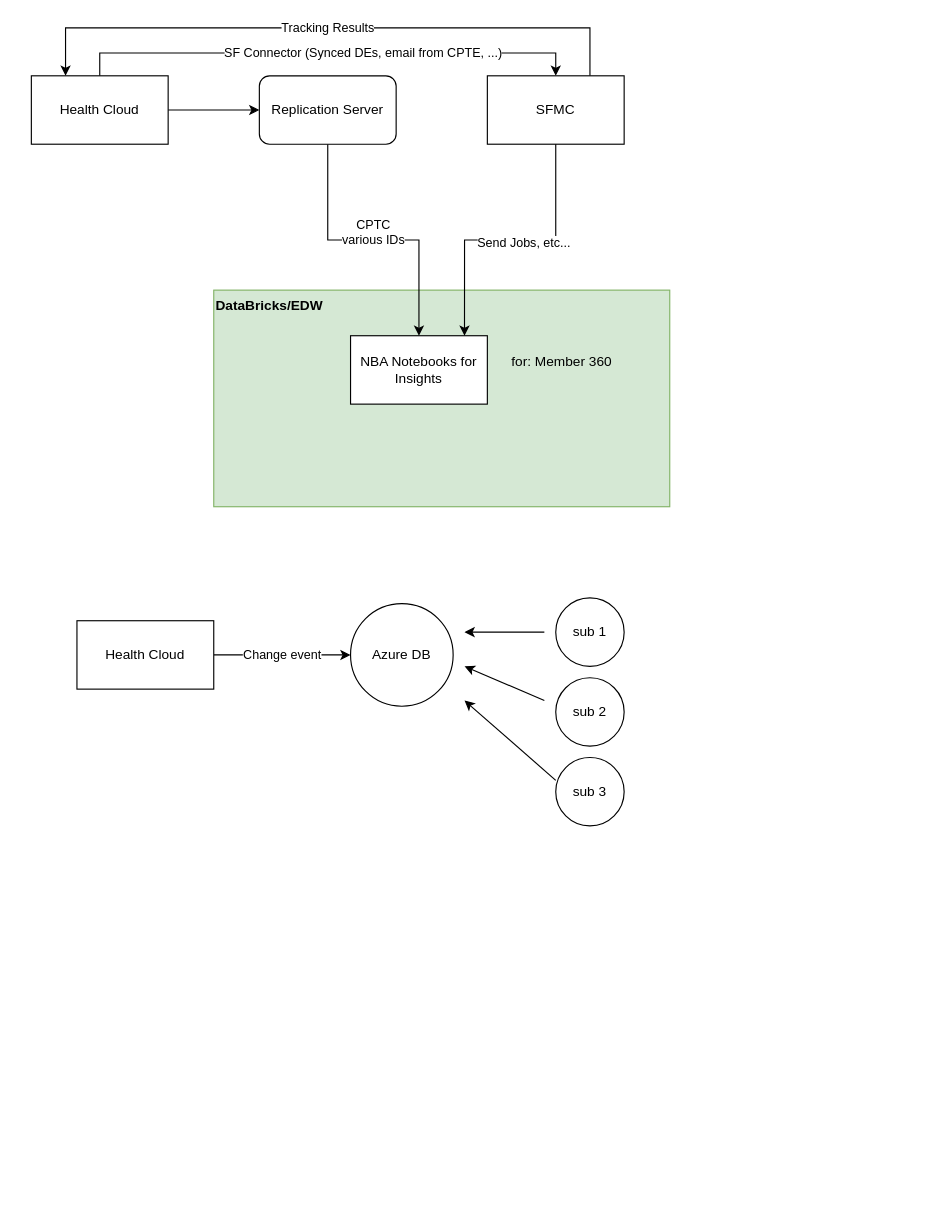
Above: ReplicationIssues.drawio in payam-e/diagrams (draw.io), before the change. Source tidied: cells renumbered, new cells numbered last; positions are measured from the earlier drawing's top-left corner, leaving out a move shared by most shapes. Both pictures are drawn from the tidied source at 114%, with x=0, y=0 at pixel (31, 27).
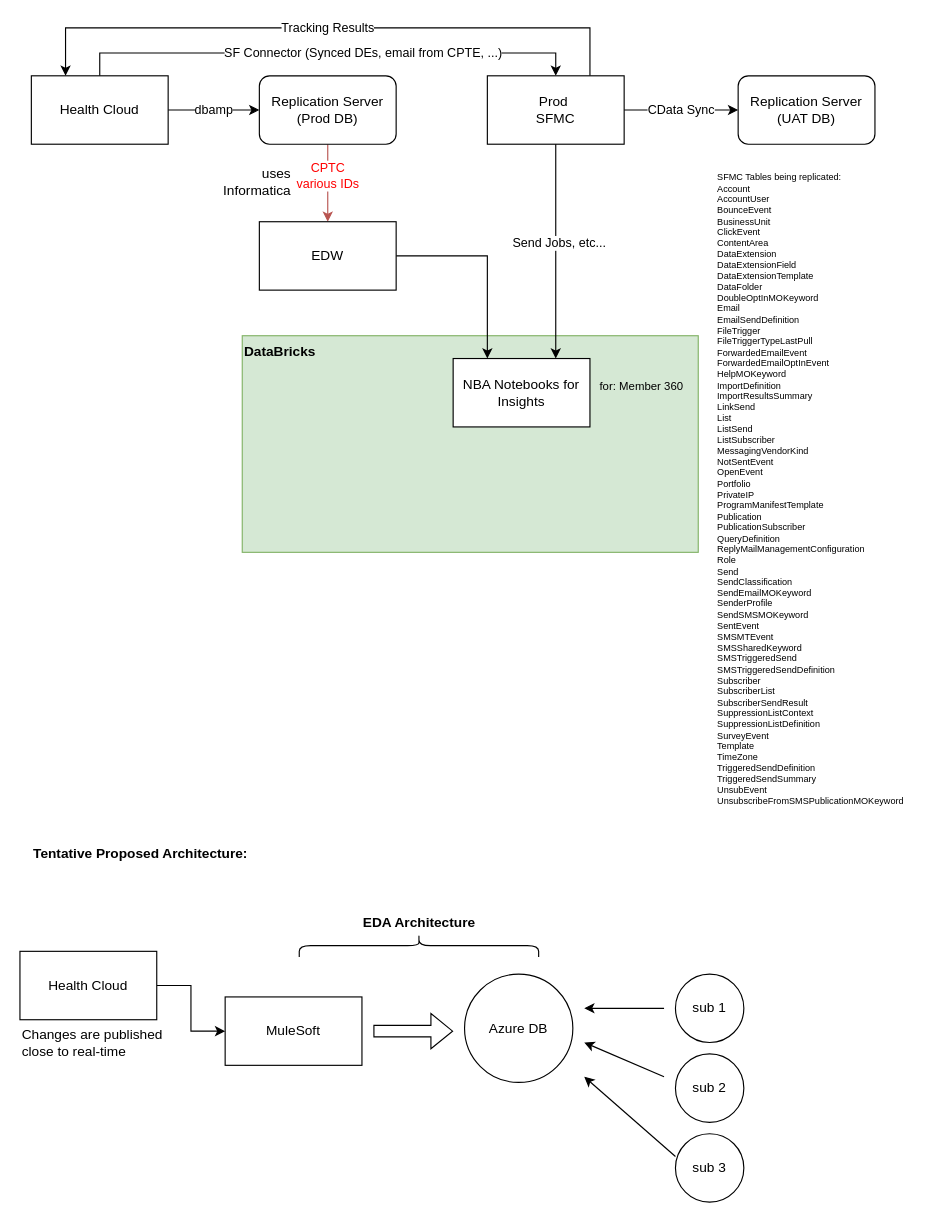
The same diagram, later.

The change refers to these unchanged cells:
```xml
<mxCell id="5" value="Health Cloud" style="whiteSpace=wrap;html=1;" parent="1" vertex="1">
  <mxGeometry y="42" width="120" height="60" as="geometry" />
</mxCell>
```

Change to the diagram source:
```diff
@@
-    <mxCell id="2" value="DataBricks/EDW" style="whiteSpace=wrap;html=1;align=left;verticalAlign=top;fontStyle=1;fillColor=#d5e8d4;strokeColor=#82b366;" parent="1" vertex="1">
-      <mxGeometry x="160" y="230" width="400" height="190" as="geometry" />
+    <mxCell id="2" value="DataBricks" style="whiteSpace=wrap;html=1;align=left;verticalAlign=top;fontStyle=1;fillColor=#d5e8d4;strokeColor=#82b366;" parent="1" vertex="1">
+      <mxGeometry x="185" y="270" width="400" height="190" as="geometry" />
     </mxCell>
-    <mxCell id="3" style="edgeStyle=orthogonalEdgeStyle;rounded=0;jettySize=auto;html=1;" parent="1" edge="1" source="5" target="7">
+    <mxCell id="3" value="dbamp" style="edgeStyle=orthogonalEdgeStyle;rounded=0;jettySize=auto;html=1;" parent="1" edge="1" source="5" target="7">
       <mxGeometry relative="1" as="geometry" />
     </mxCell>
@@
-    <mxCell id="6" value="CPTC&lt;div&gt;&lt;div&gt;various IDs&lt;/div&gt;&lt;div&gt;&lt;br&gt;&lt;/div&gt;&lt;/div&gt;" style="edgeStyle=orthogonalEdgeStyle;rounded=0;jettySize=auto;html=1;" parent="1" edge="1" source="7" target="19">
-      <mxGeometry relative="1" as="geometry" />
+    <mxCell id="6" value="CPTC&lt;div&gt;&lt;div&gt;various IDs&lt;/div&gt;&lt;/div&gt;" style="edgeStyle=orthogonalEdgeStyle;rounded=0;jettySize=auto;html=1;entryX=0.5;entryY=0;entryDx=0;entryDy=0;fillColor=#f8cecc;strokeColor=#b85450;fontColor=#FF0000;" parent="1" edge="1" source="7" target="25">
+      <mxGeometry x="-0.17" relative="1" as="geometry" />
     </mxCell>
-    <mxCell id="7" value="Replication Server" style="whiteSpace=wrap;html=1;rounded=1;" parent="1" vertex="1">
+    <mxCell id="7" value="&lt;div&gt;Replication Server&lt;/div&gt;&lt;div&gt;(&lt;span style=&quot;background-color: initial;&quot;&gt;Prod DB)&lt;/span&gt;&lt;/div&gt;" style="whiteSpace=wrap;html=1;rounded=1;" parent="1" vertex="1">
       <mxGeometry x="200" y="42" width="120" height="60" as="geometry" />
     </mxCell>
@@
-    <mxCell id="9" value="SFMC" style="whiteSpace=wrap;html=1;" parent="1" vertex="1">
+    <mxCell id="9" value="Prod&amp;nbsp;&lt;div&gt;SFMC&lt;/div&gt;" style="whiteSpace=wrap;html=1;" parent="1" vertex="1">
       <mxGeometry x="400" y="42" width="120" height="60" as="geometry" />
     </mxCell>
-    <mxCell id="10" value="Change event" style="edgeStyle=orthogonalEdgeStyle;rounded=0;jettySize=auto;html=1;" parent="1" edge="1" source="11">
-      <mxGeometry relative="1" as="geometry">
-        <mxPoint x="280" y="550" as="targetPoint" />
-      </mxGeometry>
-    </mxCell>
+    <mxCell id="23" style="edgeStyle=orthogonalEdgeStyle;rounded=0;jettySize=auto;html=1;entryX=0;entryY=0.5;entryDx=0;entryDy=0;" parent="1" edge="1" source="11" target="30">
+      <mxGeometry relative="1" as="geometry" />
+    </mxCell>
     <mxCell id="11" value="Health Cloud" style="whiteSpace=wrap;html=1;" parent="1" vertex="1">
-      <mxGeometry x="40" y="520" width="120" height="60" as="geometry" />
+      <mxGeometry x="-10" y="810" width="120" height="60" as="geometry" />
     </mxCell>
     <mxCell id="12" value="&lt;div&gt;&lt;span style=&quot;background-color: initial;&quot;&gt;Azure DB&lt;/span&gt;&lt;/div&gt;" style="ellipse;whiteSpace=wrap;html=1;" parent="1" vertex="1">
-      <mxGeometry x="280" y="505" width="90" height="90" as="geometry" />
+      <mxGeometry x="380" y="830" width="95" height="95" as="geometry" />
     </mxCell>
     <mxCell id="13" value="sub 1" style="ellipse;whiteSpace=wrap;html=1;" parent="1" vertex="1">
-      <mxGeometry x="460" y="500" width="60" height="60" as="geometry" />
+      <mxGeometry x="565" y="830" width="60" height="60" as="geometry" />
     </mxCell>
     <mxCell id="14" value="sub 2" style="ellipse;whiteSpace=wrap;html=1;" parent="1" vertex="1">
-      <mxGeometry x="460" y="570" width="60" height="60" as="geometry" />
+      <mxGeometry x="565" y="900" width="60" height="60" as="geometry" />
     </mxCell>
     <mxCell id="15" value="sub 3" style="ellipse;whiteSpace=wrap;html=1;" parent="1" vertex="1">
-      <mxGeometry x="460" y="640" width="60" height="60" as="geometry" />
+      <mxGeometry x="565" y="970" width="60" height="60" as="geometry" />
     </mxCell>
     <mxCell id="16" style="endArrow=classic;html=1;rounded=0;" parent="1" edge="1">
       <mxGeometry relative="1" as="geometry">
-        <mxPoint x="460" y="660" as="sourcePoint" />
-        <mxPoint x="380" y="590" as="targetPoint" />
+        <mxPoint x="565" y="990" as="sourcePoint" />
+        <mxPoint x="485" y="920" as="targetPoint" />
       </mxGeometry>
     </mxCell>
     <mxCell id="17" style="endArrow=classic;html=1;rounded=0;" parent="1" edge="1">
       <mxGeometry relative="1" as="geometry">
-        <mxPoint x="450" y="590" as="sourcePoint" />
-        <mxPoint x="380" y="560" as="targetPoint" />
+        <mxPoint x="555" y="920" as="sourcePoint" />
+        <mxPoint x="485" y="890" as="targetPoint" />
       </mxGeometry>
     </mxCell>
     <mxCell id="18" style="endArrow=classic;html=1;rounded=0;" parent="1" edge="1">
       <mxGeometry relative="1" as="geometry">
-        <mxPoint x="450" y="530" as="sourcePoint" />
-        <mxPoint x="380" y="530" as="targetPoint" />
+        <mxPoint x="555" y="860" as="sourcePoint" />
+        <mxPoint x="485" y="860" as="targetPoint" />
       </mxGeometry>
     </mxCell>
     <mxCell id="19" value="NBA Notebooks for Insights" style="whiteSpace=wrap;html=1;" parent="1" vertex="1">
-      <mxGeometry x="280" y="270" width="120" height="60" as="geometry" />
+      <mxGeometry x="370" y="290" width="120" height="60" as="geometry" />
     </mxCell>
-    <mxCell id="20" style="edgeStyle=orthogonalEdgeStyle;rounded=0;jettySize=auto;html=1;entryX=0.833;entryY=0;entryDx=0;entryDy=0;entryPerimeter=0;" parent="1" edge="1" source="9" target="19">
-      <mxGeometry relative="1" as="geometry" />
+    <mxCell id="20" style="edgeStyle=orthogonalEdgeStyle;rounded=0;jettySize=auto;html=1;entryX=0.75;entryY=0;entryDx=0;entryDy=0;" parent="1" edge="1" source="9" target="19">
+      <mxGeometry relative="1" as="geometry">
+        <Array as="points">
+          <mxPoint x="460" y="150" />
+          <mxPoint x="460" y="150" />
+        </Array>
+      </mxGeometry>
     </mxCell>
@@
-    <mxCell id="22" value="for: Member 360&lt;div&gt;&lt;br&gt;&lt;/div&gt;" style="text;html=1;align=center;verticalAlign=middle;strokeColor=none;fillColor=none;" parent="1" vertex="1">
-      <mxGeometry x="410" y="280" width="110" height="40" as="geometry" />
+    <mxCell id="22" value="for: Member 360&lt;div style=&quot;font-size: 10px;&quot;&gt;&lt;br style=&quot;font-size: 10px;&quot;&gt;&lt;/div&gt;" style="text;html=1;align=center;verticalAlign=middle;strokeColor=none;fillColor=none;fontSize=10;" parent="1" vertex="1">
+      <mxGeometry x="485" y="300" width="100" height="40" as="geometry" />
     </mxCell>
+    <mxCell id="24" style="edgeStyle=orthogonalEdgeStyle;rounded=0;jettySize=auto;html=1;entryX=0.25;entryY=0;entryDx=0;entryDy=0;" parent="1" edge="1" source="25" target="19">
+      <mxGeometry relative="1" as="geometry" />
+    </mxCell>
+    <mxCell id="25" value="EDW" style="whiteSpace=wrap;html=1;" parent="1" vertex="1">
+      <mxGeometry x="200" y="170" width="120" height="60" as="geometry" />
+    </mxCell>
+    <mxCell id="26" value="uses Informatica" style="text;html=1;align=right;verticalAlign=middle;whiteSpace=wrap;rounded=0;" parent="1" vertex="1">
+      <mxGeometry x="160" y="120" width="70" height="30" as="geometry" />
+    </mxCell>
+    <mxCell id="27" value="&lt;div&gt;Replication Server&lt;/div&gt;&lt;div&gt;(&lt;span style=&quot;background-color: initial;&quot;&gt;UAT DB)&lt;/span&gt;&lt;/div&gt;" style="whiteSpace=wrap;html=1;rounded=1;" parent="1" vertex="1">
+      <mxGeometry x="620" y="42" width="120" height="60" as="geometry" />
+    </mxCell>
+    <mxCell id="28" value="CData Sync" style="edgeStyle=orthogonalEdgeStyle;rounded=0;jettySize=auto;html=1;entryX=0;entryY=0.5;entryDx=0;entryDy=0;exitX=1;exitY=0.5;exitDx=0;exitDy=0;" parent="1" edge="1" source="9" target="27">
+      <mxGeometry relative="1" as="geometry" />
+    </mxCell>
+    <mxCell id="29" value="&lt;div style=&quot;font-size: 8px;&quot;&gt;SFMC Tables being replicated:&amp;nbsp;&lt;/div&gt;&lt;div style=&quot;font-size: 8px;&quot;&gt;Account&lt;/div&gt;&lt;div style=&quot;font-size: 8px;&quot;&gt;AccountUser&lt;/div&gt;&lt;div style=&quot;font-size: 8px;&quot;&gt;BounceEvent&lt;/div&gt;&lt;div style=&quot;font-size: 8px;&quot;&gt;BusinessUnit&lt;/div&gt;&lt;div style=&quot;font-size: 8px;&quot;&gt;ClickEvent&lt;/div&gt;&lt;div style=&quot;font-size: 8px;&quot;&gt;ContentArea&lt;/div&gt;&lt;div style=&quot;font-size: 8px;&quot;&gt;DataExtension&lt;/div&gt;&lt;div style=&quot;font-size: 8px;&quot;&gt;DataExtensionField&lt;/div&gt;&lt;div style=&quot;font-size: 8px;&quot;&gt;DataExtensionTemplate&lt;/div&gt;&lt;div style=&quot;font-size: 8px;&quot;&gt;DataFolder&lt;/div&gt;&lt;div style=&quot;font-size: 8px;&quot;&gt;DoubleOptInMOKeyword&lt;/div&gt;&lt;div style=&quot;font-size: 8px;&quot;&gt;Email&lt;/div&gt;&lt;div style=&quot;font-size: 8px;&quot;&gt;EmailSendDefinition&lt;/div&gt;&lt;div style=&quot;font-size: 8px;&quot;&gt;FileTrigger&lt;/div&gt;&lt;div style=&quot;font-size: 8px;&quot;&gt;FileTriggerTypeLastPull&lt;/div&gt;&lt;div style=&quot;font-size: 8px;&quot;&gt;ForwardedEmailEvent&lt;/div&gt;&lt;div style=&quot;font-size: 8px;&quot;&gt;ForwardedEmailOptInEvent&lt;/div&gt;&lt;div style=&quot;font-size: 8px;&quot;&gt;HelpMOKeyword&lt;/div&gt;&lt;div style=&quot;font-size: 8px;&quot;&gt;ImportDefinition&lt;/div&gt;&lt;div style=&quot;font-size: 8px;&quot;&gt;ImportResultsSummary&lt;/div&gt;&lt;div style=&quot;font-size: 8px;&quot;&gt;LinkSend&lt;/div&gt;&lt;div style=&quot;font-size: 8px;&quot;&gt;List&lt;/div&gt;&lt;div style=&quot;font-size: 8px;&quot;&gt;ListSend&lt;/div&gt;&lt;div style=&quot;font-size: 8px;&quot;&gt;ListSubscriber&lt;/div&gt;&lt;div style=&quot;font-size: 8px;&quot;&gt;MessagingVendorKind&lt;/div&gt;&lt;div style=&quot;font-size: 8px;&quot;&gt;NotSentEvent&lt;/div&gt;&lt;div style=&quot;font-size: 8px;&quot;&gt;OpenEvent&lt;/div&gt;&lt;div style=&quot;font-size: 8px;&quot;&gt;Portfolio&lt;/div&gt;&lt;div style=&quot;font-size: 8px;&quot;&gt;PrivateIP&lt;/div&gt;&lt;div style=&quot;font-size: 8px;&quot;&gt;ProgramManifestTemplate&lt;/div&gt;&lt;div style=&quot;font-size: 8px;&quot;&gt;Publication&lt;/div&gt;&lt;div style=&quot;font-size: 8px;&quot;&gt;PublicationSubscriber&lt;/div&gt;&lt;div style=&quot;font-size: 8px;&quot;&gt;QueryDefinition&lt;/div&gt;&lt;div style=&quot;font-size: 8px;&quot;&gt;ReplyMailManagementConfiguration&lt;/div&gt;&lt;div style=&quot;font-size: 8px;&quot;&gt;Role&lt;/div&gt;&lt;div style=&quot;font-size: 8px;&quot;&gt;Send&lt;/div&gt;&lt;div style=&quot;font-size: 8px;&quot;&gt;SendClassification&lt;/div&gt;&lt;div style=&quot;font-size: 8px;&quot;&gt;SendEmailMOKeyword&lt;/div&gt;&lt;div style=&quot;font-size: 8px;&quot;&gt;SenderProfile&lt;/div&gt;&lt;div style=&quot;font-size: 8px;&quot;&gt;SendSMSMOKeyword&lt;/div&gt;&lt;div style=&quot;font-size: 8px;&quot;&gt;SentEvent&lt;/div&gt;&lt;div style=&quot;font-size: 8px;&quot;&gt;SMSMTEvent&lt;/div&gt;&lt;div style=&quot;font-size: 8px;&quot;&gt;SMSSharedKeyword&lt;/div&gt;&lt;div style=&quot;font-size: 8px;&quot;&gt;SMSTriggeredSend&lt;/div&gt;&lt;div style=&quot;font-size: 8px;&quot;&gt;SMSTriggeredSendDefinition&lt;/div&gt;&lt;div style=&quot;font-size: 8px;&quot;&gt;Subscriber&lt;/div&gt;&lt;div style=&quot;font-size: 8px;&quot;&gt;SubscriberList&lt;/div&gt;&lt;div style=&quot;font-size: 8px;&quot;&gt;SubscriberSendResult&lt;/div&gt;&lt;div style=&quot;font-size: 8px;&quot;&gt;SuppressionListContext&lt;/div&gt;&lt;div style=&quot;font-size: 8px;&quot;&gt;SuppressionListDefinition&lt;/div&gt;&lt;div style=&quot;font-size: 8px;&quot;&gt;SurveyEvent&lt;/div&gt;&lt;div style=&quot;font-size: 8px;&quot;&gt;Template&lt;/div&gt;&lt;div style=&quot;font-size: 8px;&quot;&gt;TimeZone&lt;/div&gt;&lt;div style=&quot;font-size: 8px;&quot;&gt;TriggeredSendDefinition&lt;/div&gt;&lt;div style=&quot;font-size: 8px;&quot;&gt;TriggeredSendSummary&lt;/div&gt;&lt;div style=&quot;font-size: 8px;&quot;&gt;UnsubEvent&lt;/div&gt;&lt;div style=&quot;font-size: 8px;&quot;&gt;UnsubscribeFromSMSPublicationMOKeyword&lt;/div&gt;" style="text;html=1;align=left;verticalAlign=middle;strokeColor=none;fillColor=none;fontSize=8;" parent="1" vertex="1">
+      <mxGeometry x="600" y="120" width="190" height="570" as="geometry" />
+    </mxCell>
+    <mxCell id="30" value="MuleSoft" style="whiteSpace=wrap;html=1;" parent="1" vertex="1">
+      <mxGeometry x="170" y="850" width="120" height="60" as="geometry" />
+    </mxCell>
+    <mxCell id="31" style="shape=flexArrow;endArrow=classic;html=1;rounded=0;" parent="1" edge="1">
+      <mxGeometry relative="1" as="geometry">
+        <mxPoint x="300" y="880" as="sourcePoint" />
+        <mxPoint x="370" y="880" as="targetPoint" />
+      </mxGeometry>
+    </mxCell>
+    <mxCell id="32" value="&lt;b&gt;EDA Architecture&lt;/b&gt;" style="text;html=1;align=center;verticalAlign=middle;strokeColor=none;fillColor=none;labelBorderColor=none;textShadow=0;" parent="1" vertex="1">
+      <mxGeometry x="280" y="770" width="120" height="30" as="geometry" />
+    </mxCell>
+    <mxCell id="33" style="shape=curlyBracket;whiteSpace=wrap;html=1;rounded=1;labelPosition=left;verticalLabelPosition=middle;align=right;verticalAlign=middle;rotation=90;" parent="1" vertex="1">
+      <mxGeometry x="330" y="700" width="20" height="210" as="geometry" />
+    </mxCell>
+    <mxCell id="34" value="Changes are published&lt;div&gt;close to real-time&lt;/div&gt;" style="text;html=1;align=left;verticalAlign=middle;strokeColor=none;fillColor=none;" parent="1" vertex="1">
+      <mxGeometry x="-10" y="870" width="150" height="40" as="geometry" />
+    </mxCell>
+    <mxCell id="35" value="&lt;b&gt;Tentative Proposed Architecture:&lt;/b&gt;" style="text;html=1;align=left;verticalAlign=middle;strokeColor=none;fillColor=none;labelBorderColor=none;textShadow=0;" parent="1" vertex="1">
+      <mxGeometry y="710" width="210" height="30" as="geometry" />
+    </mxCell>
```
